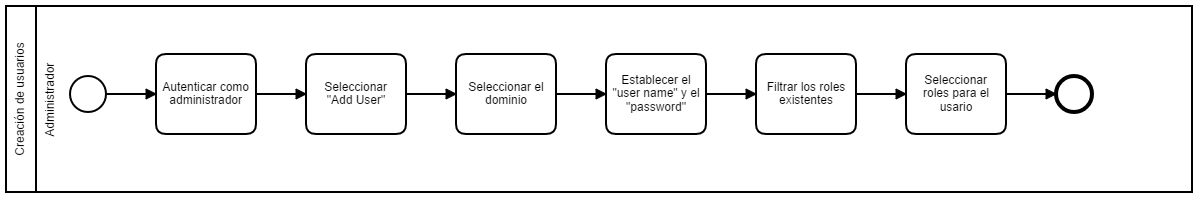
udistrital/arquitectura_docs keeps this BPMN diagram as configuracion/imagenes/creacion_usuario.png. Above is the earlier version. Its source is kept beside it as configuracion/imagenes/creacion_usuario.bpmn. Ids are renumbered.
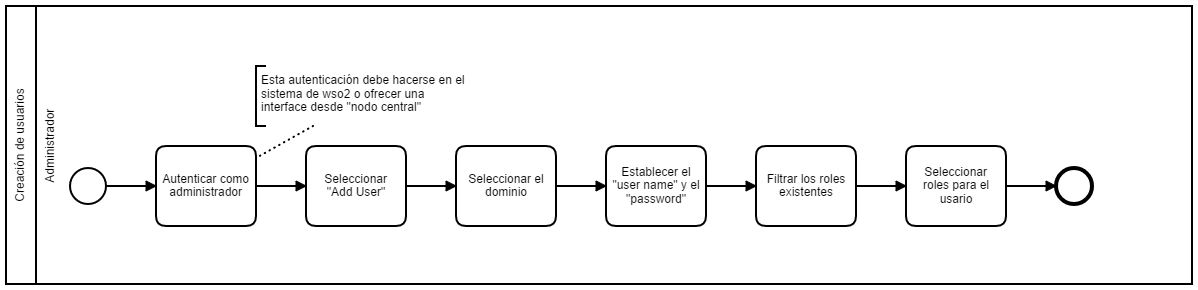
After the change.

Commit message:
diagrama de creaciónnde roles

What changed in the source:
```diff
@@ -52,11 +52,15 @@
       <bpmn:incoming>SequenceFlow_n18</bpmn:incoming>
     </bpmn:endEvent>
     <bpmn:sequenceFlow id="SequenceFlow_n18" sourceRef="Task_n10" targetRef="EndEvent_n11" />
+    <bpmn:textAnnotation id="TextAnnotation_n19">
+      <bpmn:text>Esta autenticación debe hacerse en el sistema de wso2 o ofrecer una interface desde "nodo central"</bpmn:text>
+    </bpmn:textAnnotation>
+    <bpmn:association id="Association_n20" sourceRef="Task_n5" targetRef="TextAnnotation_n19" />
   </bpmn:process>
   <bpmndi:BPMNDiagram id="BPMNDiagram_1">
     <bpmndi:BPMNPlane id="BPMNPlane_1" bpmnElement="Collaboration_n2">
       <bpmndi:BPMNShape id="Participant_n3_di" bpmnElement="Participant_n3">
-        <dc:Bounds x="123" y="82" width="1186" height="186" />
+        <dc:Bounds x="123" y="-10" width="1186" height="278" />
       </bpmndi:BPMNShape>
       <bpmndi:BPMNShape id="_BPMNShape_StartEvent_2" bpmnElement="StartEvent_1">
         <dc:Bounds x="187" y="152" width="36" height="36" />
@@ -65,7 +69,7 @@
         </bpmndi:BPMNLabel>
       </bpmndi:BPMNShape>
       <bpmndi:BPMNShape id="Lane_n4_di" bpmnElement="Lane_n4">
-        <dc:Bounds x="153" y="82" width="1156" height="186" />
+        <dc:Bounds x="153" y="-10" width="1156" height="278" />
       </bpmndi:BPMNShape>
       <bpmndi:BPMNShape id="Task_n5_di" bpmnElement="Task_n5">
         <dc:Bounds x="273" y="130" width="100" height="80" />
@@ -140,6 +144,13 @@
           <dc:Bounds x="1148" y="149" width="0" height="12" />
         </bpmndi:BPMNLabel>
       </bpmndi:BPMNEdge>
+      <bpmndi:BPMNShape id="TextAnnotation_n19_di" bpmnElement="TextAnnotation_n19">
+        <dc:Bounds x="373" y="50" width="220" height="60" />
+      </bpmndi:BPMNShape>
+      <bpmndi:BPMNEdge id="Association_n20_di" bpmnElement="Association_n20">
+        <di:waypoint x="373" y="142" />
+        <di:waypoint x="430" y="110" />
+      </bpmndi:BPMNEdge>
     </bpmndi:BPMNPlane>
   </bpmndi:BPMNDiagram>
 </bpmn:definitions>
```
